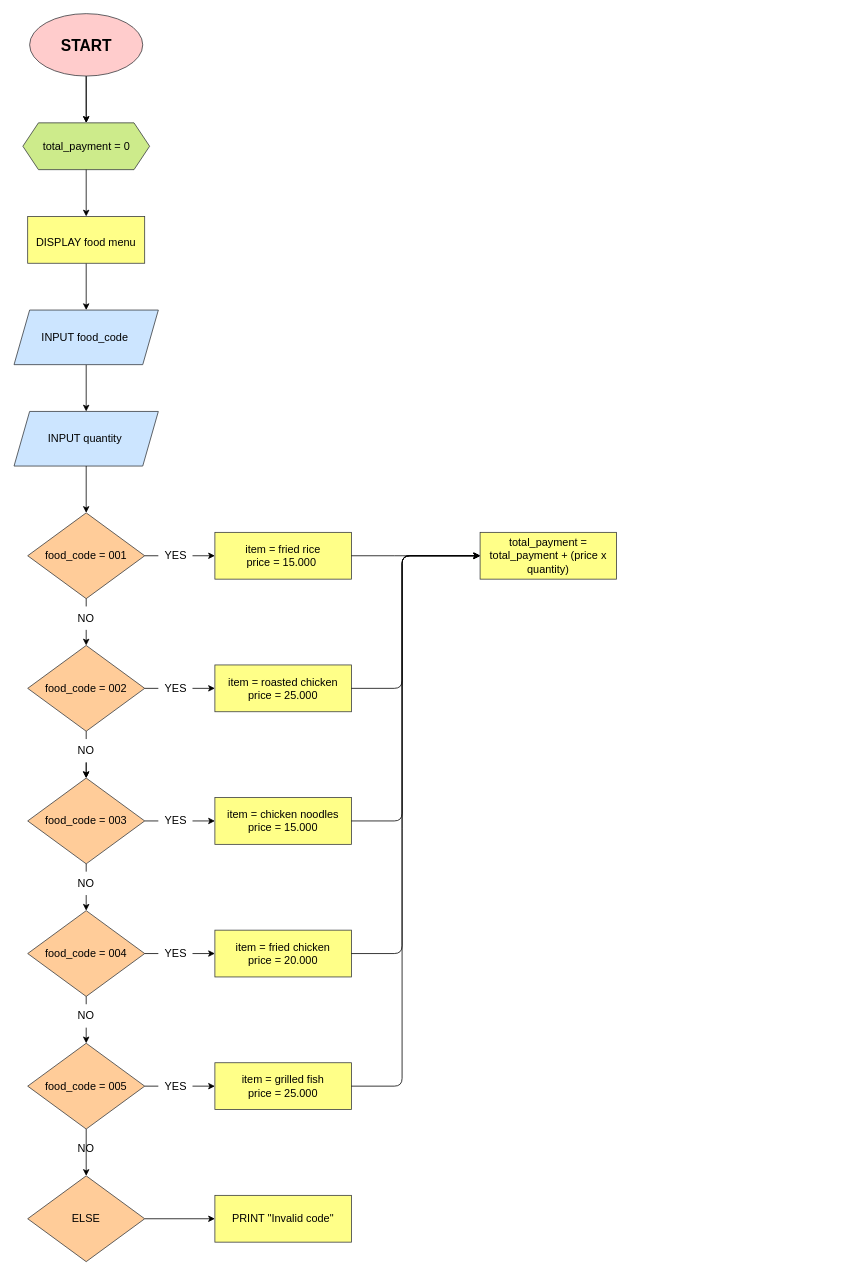
The draw.io diagram flowchart.drawio in karindaamelia/karinda_amelia-sistem_kasir, before the edit. Source tidied: cells renumbered, new cells numbered last; positions are measured from the earlier drawing's top-left corner, leaving out a move shared by most shapes. Both pictures are drawn from the tidied source at 78%, with x=0, y=0 at pixel (13, 13).
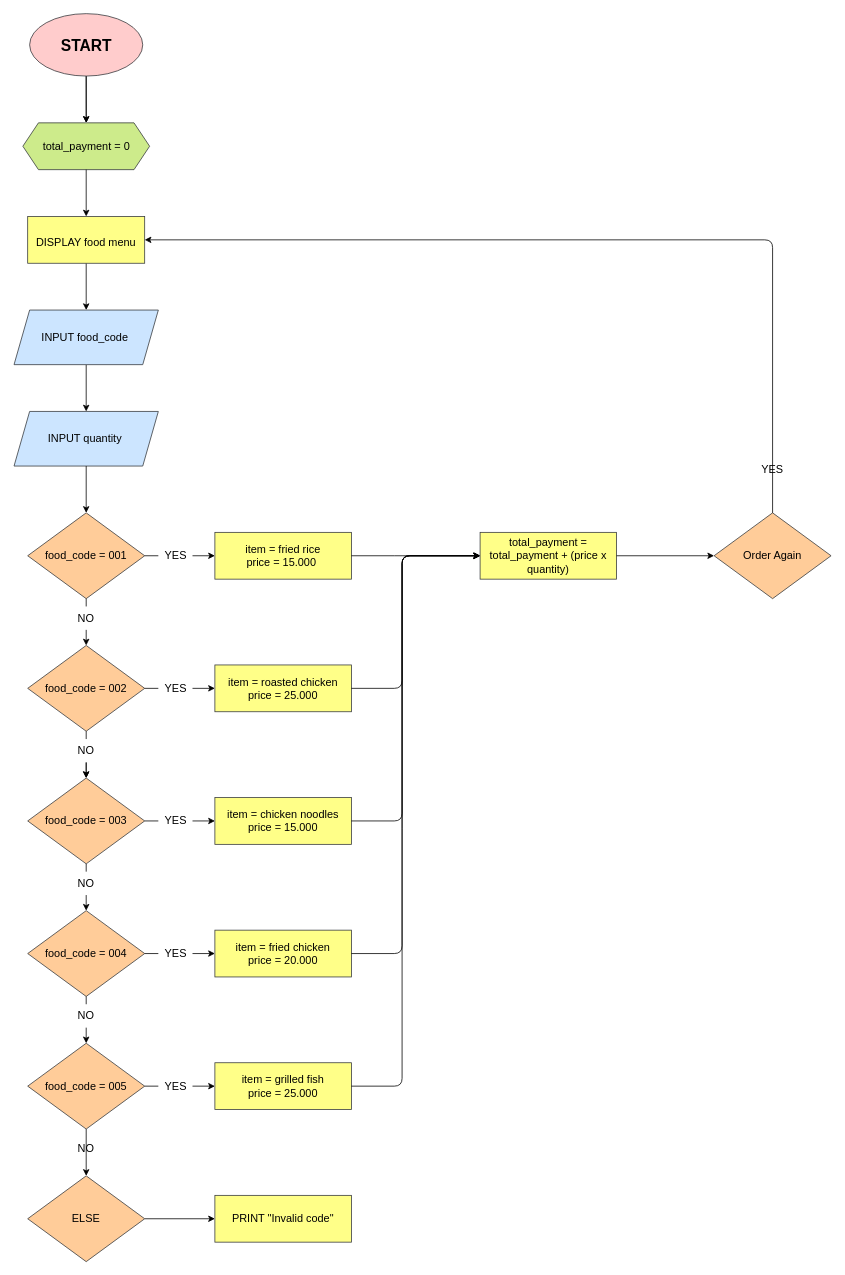
After the change.

Commit message:
Membuat decision order again

The edit, as a diff of the source:
```diff
@@
+    <mxCell id="62" value="Order Again" style="rhombus;whiteSpace=wrap;html=1;fontSize=14;fillColor=#ffcc99;strokeColor=#36393d;fontColor=#000000;" parent="1" vertex="1">
+      <mxGeometry x="898" y="640" width="150" height="110" as="geometry" />
+    </mxCell>
+    <mxCell id="63" style="edgeStyle=none;html=1;entryX=0;entryY=0.5;entryDx=0;entryDy=0;fontSize=14;fontColor=#000000;strokeColor=#000000;" parent="1" edge="1">
+      <mxGeometry relative="1" as="geometry">
+        <mxPoint x="773" y="695" as="sourcePoint" />
+        <mxPoint x="898" y="695" as="targetPoint" />
+      </mxGeometry>
+    </mxCell>
+    <mxCell id="64" style="edgeStyle=none;html=1;entryX=1;entryY=0.5;entryDx=0;entryDy=0;fontSize=14;fontColor=#000000;strokeColor=#000000;" parent="1" edge="1">
+      <mxGeometry relative="1" as="geometry">
+        <mxPoint x="973" y="640" as="sourcePoint" />
+        <mxPoint x="168" y="290" as="targetPoint" />
+        <Array as="points">
+          <mxPoint x="973" y="290" />
+        </Array>
+      </mxGeometry>
+    </mxCell>
+    <mxCell id="65" value="YES" style="text;html=1;strokeColor=none;fillColor=none;align=center;verticalAlign=middle;whiteSpace=wrap;rounded=0;fontSize=14;fontColor=#000000;" parent="1" vertex="1">
+      <mxGeometry x="951.1" y="570" width="43.8" height="30" as="geometry" />
+    </mxCell>
```
